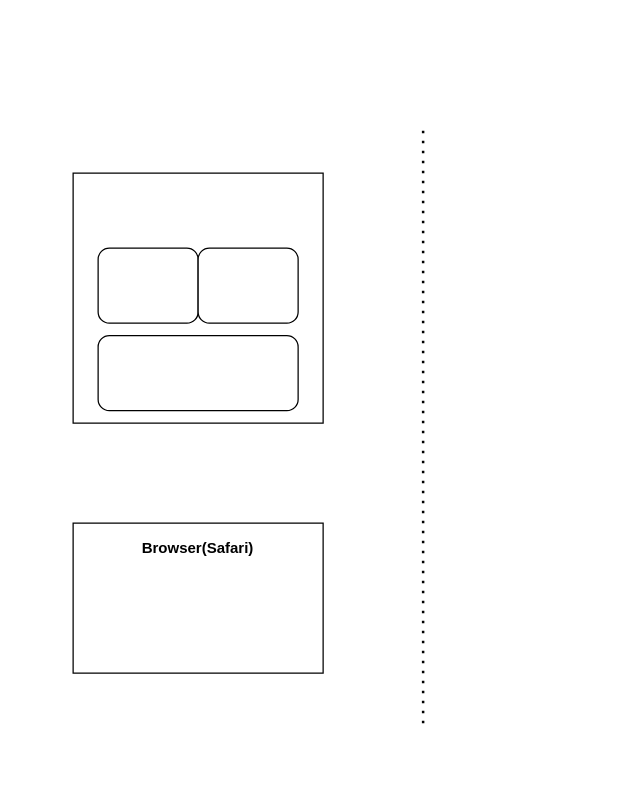
This is Web Flow.drawio from tsnellgrove/draw.io, a draw.io file, before an edit. Source tidied: cells renumbered, new cells numbered last; positions are measured from the earlier drawing's top-left corner, leaving out a move shared by most shapes. Both pictures are drawn from the tidied source at 125%, with x=0, y=0 at pixel (72, 122).
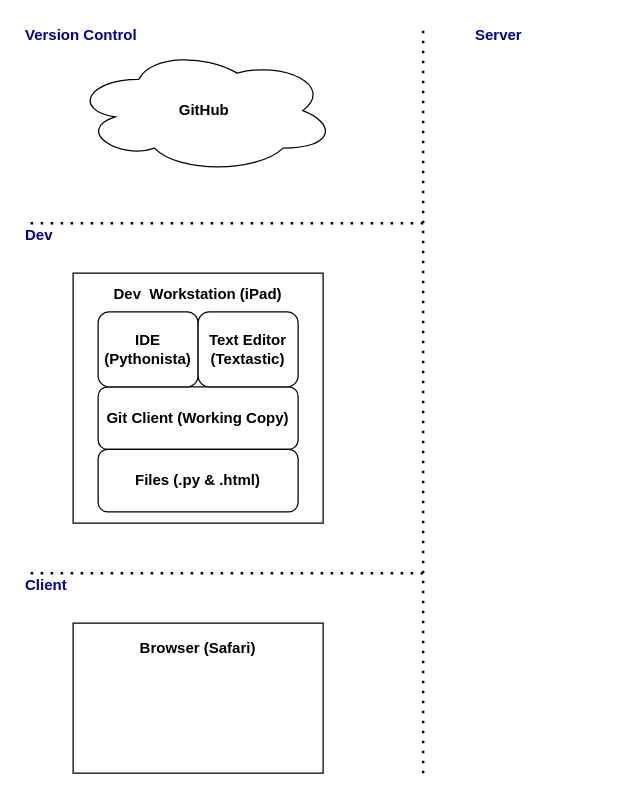
The same page after the edit.

Diff of the diagram source:
```diff
@@
     <mxCell id="2" style="endArrow=none;dashed=1;html=1;dashPattern=1 3;strokeWidth=2;" parent="1" edge="1">
       <mxGeometry relative="1" as="geometry">
-        <mxPoint x="280" y="480" as="sourcePoint" />
-        <mxPoint x="280" as="targetPoint" />
+        <mxPoint x="280" y="520" as="sourcePoint" />
+        <mxPoint x="280" y="-80" as="targetPoint" />
       </mxGeometry>
     </mxCell>
     <mxCell id="3" style="rounded=0;whiteSpace=wrap;html=1;" parent="1" vertex="1">
-      <mxGeometry y="40" width="200" height="200" as="geometry" />
+      <mxGeometry y="120" width="200" height="200" as="geometry" />
     </mxCell>
     <mxCell id="4" style="rounded=0;whiteSpace=wrap;html=1;" parent="1" vertex="1">
-      <mxGeometry y="320" width="200" height="120" as="geometry" />
+      <mxGeometry y="400" width="200" height="120" as="geometry" />
     </mxCell>
     <mxCell id="5" style="rounded=1;whiteSpace=wrap;html=1;" parent="1" vertex="1">
-      <mxGeometry x="20" y="170" width="160" height="60" as="geometry" />
+      <mxGeometry x="20" y="211" width="160" height="50" as="geometry" />
     </mxCell>
     <mxCell id="6" style="rounded=1;whiteSpace=wrap;html=1;" parent="1" vertex="1">
-      <mxGeometry x="20" y="100" width="80" height="60" as="geometry" />
+      <mxGeometry x="20" y="151" width="80" height="60" as="geometry" />
     </mxCell>
     <mxCell id="7" style="rounded=1;whiteSpace=wrap;html=1;" parent="1" vertex="1">
-      <mxGeometry x="100" y="100" width="80" height="60" as="geometry" />
+      <mxGeometry x="100" y="151" width="80" height="60" as="geometry" />
     </mxCell>
-    <mxCell id="8" value="Browser(Safari)" style="text;html=1;strokeColor=none;fillColor=none;align=center;verticalAlign=middle;whiteSpace=wrap;rounded=0;fontStyle=1;" parent="1" vertex="1">
-      <mxGeometry x="80" y="330" width="40" height="20" as="geometry" />
+    <mxCell id="8" value="Browser (Safari)" style="text;html=1;strokeColor=none;fillColor=none;align=center;verticalAlign=middle;whiteSpace=wrap;rounded=0;fontStyle=1;" parent="1" vertex="1">
+      <mxGeometry y="410" width="200" height="20" as="geometry" />
     </mxCell>
+    <mxCell id="9" value="Dev &amp;nbsp;Workstation (iPad)" style="text;html=1;strokeColor=none;fillColor=none;align=center;verticalAlign=middle;whiteSpace=wrap;rounded=0;fontStyle=1;" parent="1" vertex="1">
+      <mxGeometry y="127" width="200" height="20" as="geometry" />
+    </mxCell>
+    <mxCell id="10" value="Git Client (Working Copy)" style="text;html=1;strokeColor=none;fillColor=none;align=center;verticalAlign=middle;whiteSpace=wrap;rounded=0;fontStyle=1;" parent="1" vertex="1">
+      <mxGeometry y="226" width="200" height="20" as="geometry" />
+    </mxCell>
+    <mxCell id="11" value="IDE&lt;br&gt;(Pythonista)" style="text;html=1;strokeColor=none;fillColor=none;align=center;verticalAlign=middle;whiteSpace=wrap;rounded=0;fontStyle=1;" parent="1" vertex="1">
+      <mxGeometry x="20" y="171" width="80" height="20" as="geometry" />
+    </mxCell>
+    <mxCell id="12" value="Text Editor&lt;br&gt;(Textastic)" style="text;html=1;strokeColor=none;fillColor=none;align=center;verticalAlign=middle;whiteSpace=wrap;rounded=0;fontStyle=1;" parent="1" vertex="1">
+      <mxGeometry x="100" y="171" width="80" height="20" as="geometry" />
+    </mxCell>
+    <mxCell id="13" style="rounded=1;whiteSpace=wrap;html=1;" parent="1" vertex="1">
+      <mxGeometry x="20" y="261" width="160" height="50" as="geometry" />
+    </mxCell>
+    <mxCell id="14" value="Files (.py &amp;amp; .html)" style="text;html=1;strokeColor=none;fillColor=none;align=center;verticalAlign=middle;whiteSpace=wrap;rounded=0;fontStyle=1;" parent="1" vertex="1">
+      <mxGeometry y="276" width="200" height="20" as="geometry" />
+    </mxCell>
+    <mxCell id="15" style="ellipse;shape=cloud;whiteSpace=wrap;html=1;" parent="1" vertex="1">
+      <mxGeometry y="-60" width="210" height="100" as="geometry" />
+    </mxCell>
+    <mxCell id="16" value="GitHub" style="text;html=1;strokeColor=none;fillColor=none;align=center;verticalAlign=middle;whiteSpace=wrap;rounded=0;fontStyle=1;" parent="1" vertex="1">
+      <mxGeometry x="5" y="-20" width="200" height="20" as="geometry" />
+    </mxCell>
+    <mxCell id="17" style="endArrow=none;dashed=1;html=1;dashPattern=1 3;strokeWidth=2;" parent="1" edge="1">
+      <mxGeometry relative="1" as="geometry">
+        <mxPoint x="280" y="80" as="sourcePoint" />
+        <mxPoint x="-40" y="80" as="targetPoint" />
+      </mxGeometry>
+    </mxCell>
+    <mxCell id="18" style="endArrow=none;dashed=1;html=1;dashPattern=1 3;strokeWidth=2;" parent="1" edge="1">
+      <mxGeometry relative="1" as="geometry">
+        <mxPoint x="280" y="360" as="sourcePoint" />
+        <mxPoint x="-40" y="360" as="targetPoint" />
+      </mxGeometry>
+    </mxCell>
+    <mxCell id="19" value="Client" style="text;html=1;strokeColor=none;fillColor=none;align=left;verticalAlign=middle;whiteSpace=wrap;rounded=0;fontStyle=1;fontColor=#000099;" parent="1" vertex="1">
+      <mxGeometry x="-40" y="360" width="120" height="20" as="geometry" />
+    </mxCell>
+    <mxCell id="20" value="Dev" style="text;html=1;strokeColor=none;fillColor=none;align=left;verticalAlign=middle;whiteSpace=wrap;rounded=0;fontStyle=1;fontColor=#000099;" parent="1" vertex="1">
+      <mxGeometry x="-40" y="80" width="120" height="20" as="geometry" />
+    </mxCell>
+    <mxCell id="21" value="Version Control" style="text;html=1;strokeColor=none;fillColor=none;align=left;verticalAlign=middle;whiteSpace=wrap;rounded=0;fontStyle=1;fontColor=#000099;" parent="1" vertex="1">
+      <mxGeometry x="-40" y="-80" width="120" height="20" as="geometry" />
+    </mxCell>
+    <mxCell id="22" value="Server" style="text;html=1;strokeColor=none;fillColor=none;align=left;verticalAlign=middle;whiteSpace=wrap;rounded=0;fontStyle=1;fontColor=#000099;" parent="1" vertex="1">
+      <mxGeometry x="320" y="-80" width="120" height="20" as="geometry" />
+    </mxCell>
```
